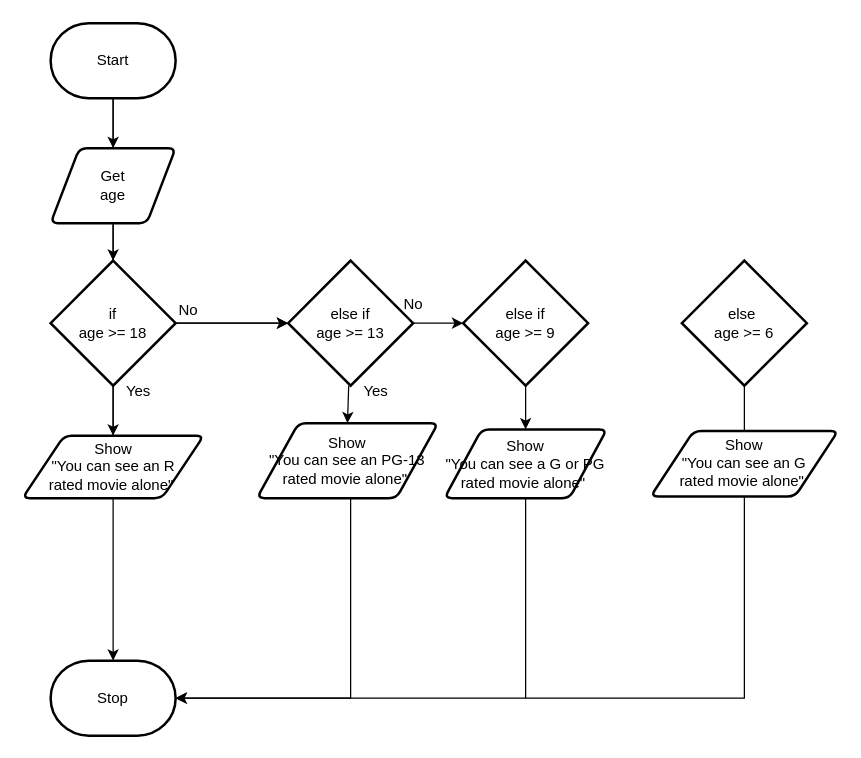
Earlier version of the draw.io diagram design/flowchart.drawio (MTHS-ICD2O-1-2023/ICD2O-Unit-5-03-nathan-desilva). Source tidied: cells renumbered, new cells numbered last; positions are measured from the earlier drawing's top-left corner, leaving out a move shared by most shapes. Both pictures are drawn from the tidied source at 125%, with x=0, y=0 at pixel (21, 22).
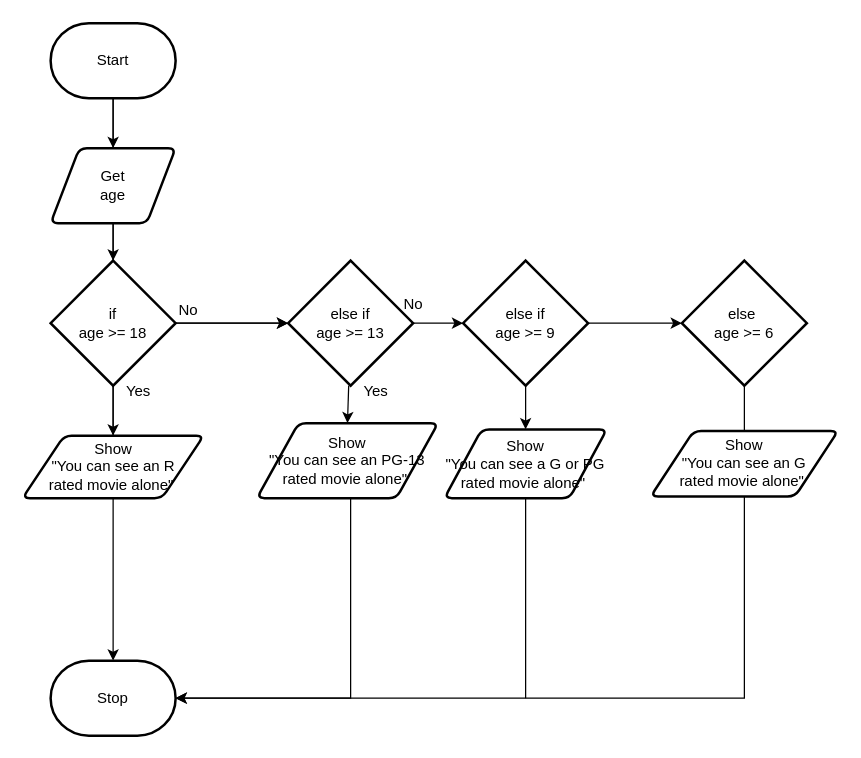
The same diagram, later.

Commit message (it also covers changes not shown here):
Xcvb nmmhdsgf

The change refers to these unchanged cells:
```xml
<mxCell id="28" value="else if&lt;br&gt;age &amp;gt;= 9" style="strokeWidth=2;html=1;shape=mxgraph.flowchart.decision;whiteSpace=wrap;" parent="1" vertex="1">
  <mxGeometry x="353" y="190" width="100" height="100" as="geometry" />
</mxCell>
<mxCell id="31" value="else&amp;nbsp;&lt;br&gt;age &amp;gt;= 6" style="strokeWidth=2;html=1;shape=mxgraph.flowchart.decision;whiteSpace=wrap;" parent="1" vertex="1">
  <mxGeometry x="528" y="190" width="100" height="100" as="geometry" />
</mxCell>
```

The edit, as a diff of the source:
```diff
@@
+    <mxCell id="32" style="edgeStyle=none;html=1;endArrow=classic;endFill=1;" parent="1" edge="1" source="28" target="31">
+      <mxGeometry relative="1" as="geometry" />
+    </mxCell>
@@
+    <mxCell id="33" style="edgeStyle=none;html=1;endArrow=none;endFill=0;" parent="1" edge="1" source="31">
+      <mxGeometry relative="1" as="geometry">
+        <mxPoint x="528" y="240" as="targetPoint" />
+      </mxGeometry>
+    </mxCell>
```
